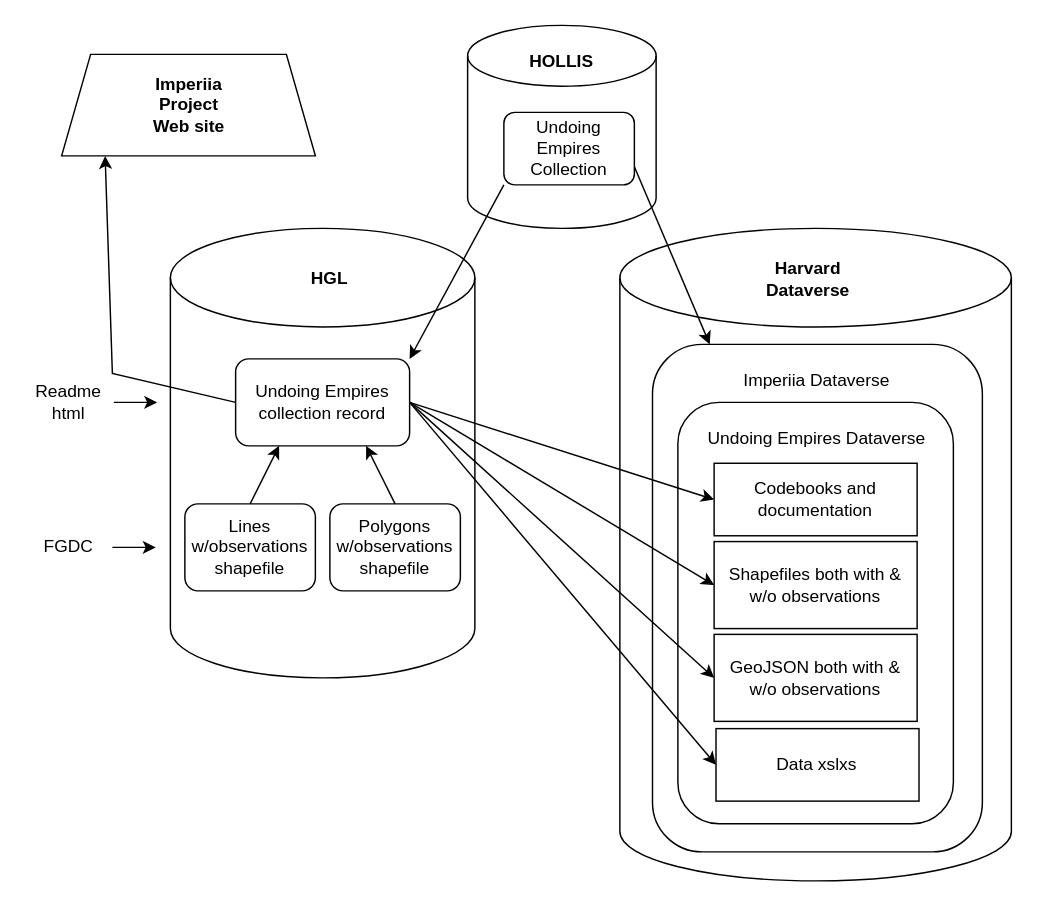
This is AOK_Proposed_Data_Hosting_Model.drawio from mmcgee/AOK-2023, a draw.io file, before an edit. Source tidied: cells renumbered, new cells numbered last; positions are measured from the earlier drawing's top-left corner, leaving out a move shared by most shapes. Both pictures are drawn from the tidied source at 145%, with x=0, y=0 at pixel (25, 25).
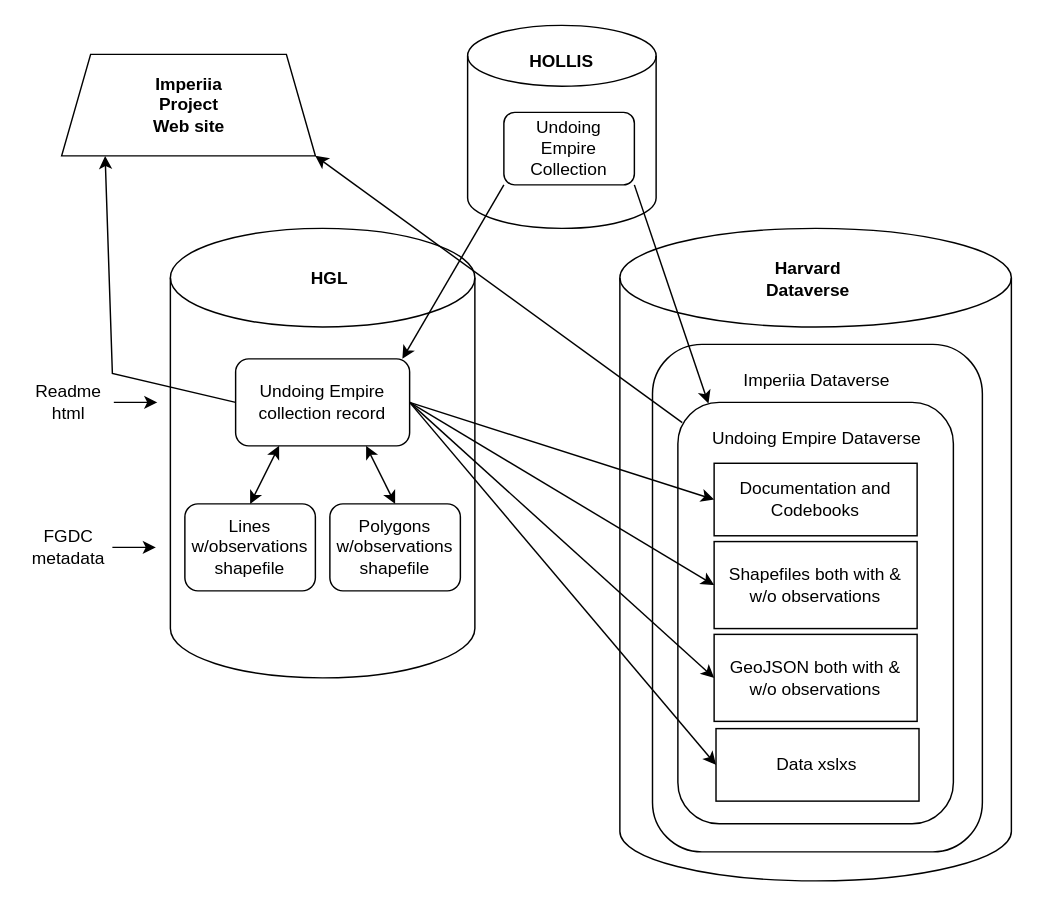
After the change.

The change refers to these unchanged cells:
```xml
<mxCell id="6" style="rounded=1;whiteSpace=wrap;html=1;" parent="1" vertex="1">
  <mxGeometry x="145" y="230" width="120" height="60" as="geometry" />
</mxCell>
<mxCell id="7" style="rounded=1;whiteSpace=wrap;html=1;" parent="1" vertex="1">
  <mxGeometry x="210" y="330" width="90" height="60" as="geometry" />
</mxCell>
<mxCell id="8" style="rounded=1;whiteSpace=wrap;html=1;" parent="1" vertex="1">
  <mxGeometry x="110" y="330" width="90" height="60" as="geometry" />
</mxCell>
<mxCell id="12" style="rounded=1;whiteSpace=wrap;html=1;" parent="1" vertex="1">
  <mxGeometry x="432.5" y="220" width="227.5" height="350" as="geometry" />
</mxCell>
<mxCell id="15" style="rounded=1;whiteSpace=wrap;html=1;" parent="1" vertex="1">
  <mxGeometry x="330" y="60" width="90" height="50" as="geometry" />
</mxCell>
<mxCell id="23" style="rounded=1;whiteSpace=wrap;html=1;" parent="1" vertex="1">
  <mxGeometry x="450" y="260" width="190" height="290.6" as="geometry" />
</mxCell>
<mxCell id="26" style="shape=trapezoid;perimeter=trapezoidPerimeter;whiteSpace=wrap;html=1;fixedSize=1;" parent="1" vertex="1">
  <mxGeometry x="25" y="20" width="175" height="70" as="geometry" />
</mxCell>
```

What changed in the source:
```diff
@@
-    <mxCell id="9" value="Undoing Empires&lt;br&gt;collection record" style="text;html=1;strokeColor=none;fillColor=none;align=center;verticalAlign=middle;whiteSpace=wrap;rounded=0;" parent="1" vertex="1">
+    <mxCell id="9" value="Undoing Empire&lt;br&gt;collection record" style="text;html=1;strokeColor=none;fillColor=none;align=center;verticalAlign=middle;whiteSpace=wrap;rounded=0;" parent="1" vertex="1">
       <mxGeometry x="156.2" y="236.2" width="97.5" height="47.5" as="geometry" />
     </mxCell>
@@
-    <mxCell id="16" value="Undoing Empires&lt;br&gt;Collection" style="text;html=1;strokeColor=none;fillColor=none;align=center;verticalAlign=middle;whiteSpace=wrap;rounded=0;" parent="1" vertex="1">
+    <mxCell id="16" value="Undoing Empire&lt;br&gt;Collection" style="text;html=1;strokeColor=none;fillColor=none;align=center;verticalAlign=middle;whiteSpace=wrap;rounded=0;" parent="1" vertex="1">
       <mxGeometry x="345" y="70" width="60" height="30" as="geometry" />
     </mxCell>
-    <mxCell id="17" style="endArrow=classic;html=1;rounded=0;exitX=0;exitY=1;exitDx=0;exitDy=0;entryX=1;entryY=0;entryDx=0;entryDy=0;" parent="1" edge="1" source="15" target="6">
-      <mxGeometry relative="1" as="geometry" />
+    <mxCell id="17" style="endArrow=classic;html=1;rounded=0;exitX=0;exitY=1;exitDx=0;exitDy=0;" parent="1" edge="1" source="15">
+      <mxGeometry relative="1" as="geometry">
+        <mxPoint x="260" y="230" as="targetPoint" />
+      </mxGeometry>
     </mxCell>
-    <mxCell id="18" style="endArrow=classic;html=1;rounded=0;exitX=1;exitY=0.75;exitDx=0;exitDy=0;" parent="1" edge="1" source="15" target="12">
+    <mxCell id="18" style="endArrow=classic;html=1;rounded=0;exitX=1;exitY=1;exitDx=0;exitDy=0;entryX=0.111;entryY=0.003;entryDx=0;entryDy=0;entryPerimeter=0;" parent="1" edge="1" source="15" target="23">
       <mxGeometry relative="1" as="geometry" />
     </mxCell>
-    <mxCell id="19" value="FGDC" style="text;html=1;strokeColor=none;fillColor=none;align=center;verticalAlign=middle;whiteSpace=wrap;rounded=0;" parent="1" vertex="1">
+    <mxCell id="19" value="FGDC&lt;br&gt;metadata" style="text;html=1;strokeColor=none;fillColor=none;align=center;verticalAlign=middle;whiteSpace=wrap;rounded=0;" parent="1" vertex="1">
       <mxGeometry y="345" width="60" height="30" as="geometry" />
     </mxCell>
@@
-    <mxCell id="24" value="Undoing Empires Dataverse" style="text;html=1;strokeColor=none;fillColor=none;align=center;verticalAlign=middle;whiteSpace=wrap;rounded=0;" parent="1" vertex="1">
+    <mxCell id="24" value="Undoing Empire Dataverse" style="text;html=1;strokeColor=none;fillColor=none;align=center;verticalAlign=middle;whiteSpace=wrap;rounded=0;" parent="1" vertex="1">
       <mxGeometry x="461.3" y="270" width="170" height="30" as="geometry" />
     </mxCell>
@@
-    <mxCell id="28" value="Codebooks and documentation" style="rounded=0;whiteSpace=wrap;html=1;" parent="1" vertex="1">
+    <mxCell id="28" value="Documentation and&lt;br&gt;Codebooks" style="rounded=0;whiteSpace=wrap;html=1;" parent="1" vertex="1">
       <mxGeometry x="475" y="302" width="140" height="50" as="geometry" />
     </mxCell>
@@
+    <mxCell id="38" style="endArrow=classic;html=1;rounded=0;exitX=0;exitY=0.5;exitDx=0;exitDy=0;" parent="1" edge="1" source="6">
+      <mxGeometry relative="1" as="geometry">
+        <mxPoint x="55" y="90" as="targetPoint" />
+        <Array as="points">
+          <mxPoint x="60" y="240" />
+        </Array>
+      </mxGeometry>
+    </mxCell>
-    <mxCell id="36" style="endArrow=classic;html=1;rounded=0;entryX=0.25;entryY=1;entryDx=0;entryDy=0;exitX=0.5;exitY=0;exitDx=0;exitDy=0;" parent="1" edge="1" source="8" target="6">
+    <mxCell id="36" style="endArrow=classic;startArrow=classic;html=1;rounded=0;entryX=0.25;entryY=1;entryDx=0;entryDy=0;exitX=0.5;exitY=0;exitDx=0;exitDy=0;" parent="1" edge="1" source="8" target="6">
       <mxGeometry relative="1" as="geometry" />
     </mxCell>
-    <mxCell id="37" style="endArrow=classic;html=1;rounded=0;exitX=0.5;exitY=0;exitDx=0;exitDy=0;entryX=0.75;entryY=1;entryDx=0;entryDy=0;" parent="1" edge="1" source="7" target="6">
+    <mxCell id="37" style="endArrow=classic;startArrow=classic;html=1;rounded=0;entryX=0.75;entryY=1;entryDx=0;entryDy=0;exitX=0.5;exitY=0;exitDx=0;exitDy=0;" parent="1" edge="1" source="7" target="6">
       <mxGeometry relative="1" as="geometry" />
     </mxCell>
-    <mxCell id="38" style="endArrow=classic;html=1;rounded=0;exitX=0;exitY=0.5;exitDx=0;exitDy=0;" parent="1" edge="1" source="6">
-      <mxGeometry relative="1" as="geometry">
-        <mxPoint x="55" y="90" as="targetPoint" />
-        <Array as="points">
-          <mxPoint x="60" y="240" />
-        </Array>
-      </mxGeometry>
-    </mxCell>
+    <mxCell id="39" style="endArrow=classic;html=1;rounded=0;entryX=1;entryY=1;entryDx=0;entryDy=0;exitX=0.016;exitY=0.048;exitDx=0;exitDy=0;exitPerimeter=0;" parent="1" edge="1" source="23" target="26">
+      <mxGeometry relative="1" as="geometry" />
+    </mxCell>
```
